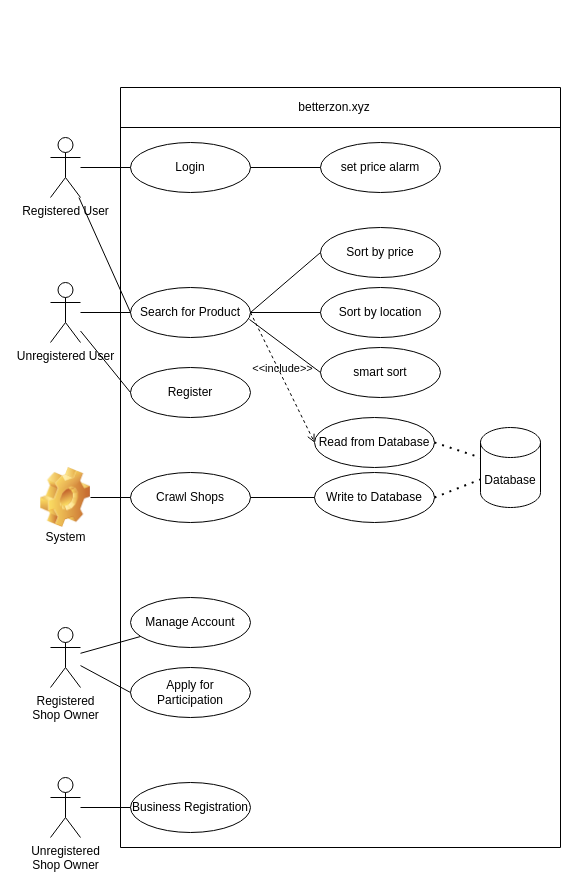
Above: doku/use-case-betterzon.drawio in Mueller-Patrick/Betterzon (draw.io), before the change. Source tidied: cells renumbered, new cells numbered last; positions are measured from the earlier drawing's top-left corner, leaving out a move shared by most shapes. Both pictures are drawn from the tidied source at 100%, with x=0, y=0 at pixel (35, 87).
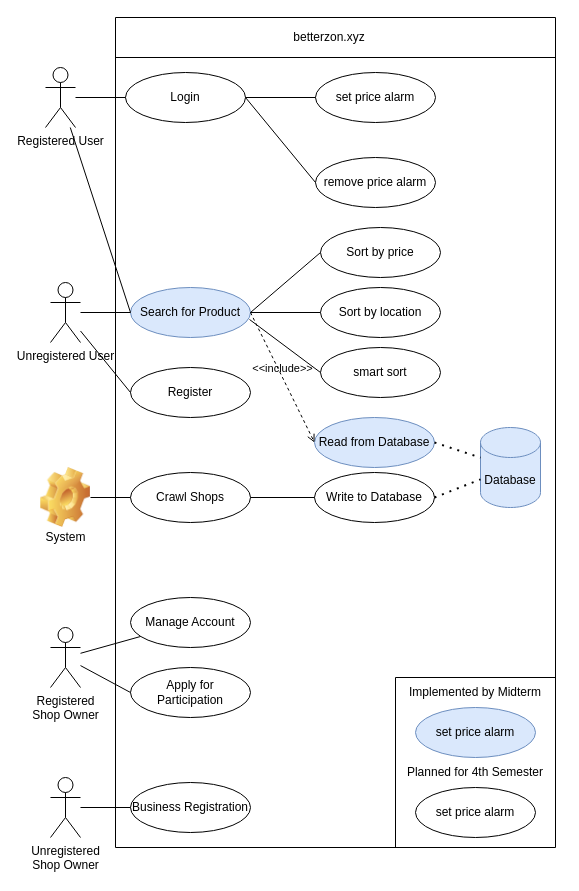
The same page after the edit.

Commit message (it also covers changes not shown here):
updated use case diagram

What changed in the source:
```diff
@@
     <mxCell id="2" value="Registered User" style="shape=umlActor;verticalLabelPosition=bottom;verticalAlign=top;html=1;" parent="1" vertex="1">
-      <mxGeometry x="15" y="50" width="30" height="60" as="geometry" />
+      <mxGeometry x="10" y="-20" width="30" height="60" as="geometry" />
     </mxCell>
     <mxCell id="3" style="endArrow=none;html=1;" parent="1" edge="1">
       <mxGeometry relative="1" as="geometry">
-        <mxPoint x="85" as="sourcePoint" />
-        <mxPoint x="525" as="targetPoint" />
+        <mxPoint x="80" y="-70" as="sourcePoint" />
+        <mxPoint x="520" y="-70" as="targetPoint" />
       </mxGeometry>
     </mxCell>
     <mxCell id="4" style="endArrow=none;html=1;" parent="1" edge="1">
       <mxGeometry relative="1" as="geometry">
-        <mxPoint x="85" y="760" as="sourcePoint" />
-        <mxPoint x="85" as="targetPoint" />
+        <mxPoint x="80" y="760" as="sourcePoint" />
+        <mxPoint x="80" y="-70" as="targetPoint" />
       </mxGeometry>
     </mxCell>
     <mxCell id="5" style="endArrow=none;html=1;" parent="1" edge="1">
       <mxGeometry relative="1" as="geometry">
-        <mxPoint x="525" y="760" as="sourcePoint" />
-        <mxPoint x="525" as="targetPoint" />
+        <mxPoint x="520" y="760" as="sourcePoint" />
+        <mxPoint x="520" y="-70" as="targetPoint" />
       </mxGeometry>
     </mxCell>
-    <mxCell id="6" style="endArrow=none;html=1;" parent="1" edge="1">
-      <mxGeometry relative="1" as="geometry">
-        <mxPoint x="85" y="760" as="sourcePoint" />
-        <mxPoint x="525" y="760" as="targetPoint" />
-      </mxGeometry>
-    </mxCell>
-    <mxCell id="7" value="Search for Product" style="ellipse;whiteSpace=wrap;html=1;" parent="1" vertex="1">
+    <mxCell id="7" value="Search for Product" style="ellipse;whiteSpace=wrap;html=1;fillColor=#dae8fc;strokeColor=#6c8ebf;" parent="1" vertex="1">
       <mxGeometry x="95" y="200" width="120" height="50" as="geometry" />
     </mxCell>
     <mxCell id="8" style="endArrow=none;html=1;" parent="1" edge="1">
       <mxGeometry relative="1" as="geometry">
-        <mxPoint x="85" y="40" as="sourcePoint" />
-        <mxPoint x="525" y="40" as="targetPoint" />
+        <mxPoint x="80" y="-30" as="sourcePoint" />
+        <mxPoint x="520" y="-30" as="targetPoint" />
       </mxGeometry>
     </mxCell>
     <mxCell id="9" value="betterzon.xyz" style="text;html=1;strokeColor=none;fillColor=none;align=center;verticalAlign=middle;whiteSpace=wrap;rounded=0;" parent="1" vertex="1">
-      <mxGeometry x="279" y="10" width="40" height="20" as="geometry" />
+      <mxGeometry x="274" y="-60" width="40" height="20" as="geometry" />
     </mxCell>
@@
     <mxCell id="15" value="Login" style="ellipse;whiteSpace=wrap;html=1;" parent="1" vertex="1">
-      <mxGeometry x="95" y="55" width="120" height="50" as="geometry" />
+      <mxGeometry x="90" y="-15" width="120" height="50" as="geometry" />
     </mxCell>
@@
     <mxCell id="23" value="set price alarm" style="ellipse;whiteSpace=wrap;html=1;" parent="1" vertex="1">
-      <mxGeometry x="285" y="55" width="120" height="50" as="geometry" />
+      <mxGeometry x="280" y="-15" width="120" height="50" as="geometry" />
     </mxCell>
@@
-    <mxCell id="39" value="Database" style="shape=cylinder3;whiteSpace=wrap;html=1;boundedLbl=1;backgroundOutline=1;size=15;" parent="1" vertex="1">
+    <mxCell id="39" value="Database" style="shape=cylinder3;whiteSpace=wrap;html=1;boundedLbl=1;backgroundOutline=1;size=15;fillColor=#dae8fc;strokeColor=#6c8ebf;" parent="1" vertex="1">
       <mxGeometry x="445" y="340" width="60" height="80" as="geometry" />
     </mxCell>
-    <mxCell id="40" value="Read from Database" style="ellipse;whiteSpace=wrap;html=1;" parent="1" vertex="1">
+    <mxCell id="40" value="Read from Database" style="ellipse;whiteSpace=wrap;html=1;fillColor=#dae8fc;strokeColor=#6c8ebf;" parent="1" vertex="1">
       <mxGeometry x="279" y="330" width="120" height="50" as="geometry" />
     </mxCell>
@@
+    <mxCell id="44" style="endArrow=none;html=1;" parent="1" edge="1">
+      <mxGeometry relative="1" as="geometry">
+        <mxPoint x="80" y="760" as="sourcePoint" />
+        <mxPoint x="520" y="760" as="targetPoint" />
+      </mxGeometry>
+    </mxCell>
+    <mxCell id="45" value="remove price alarm" style="ellipse;whiteSpace=wrap;html=1;" parent="1" vertex="1">
+      <mxGeometry x="280" y="70" width="120" height="50" as="geometry" />
+    </mxCell>
+    <mxCell id="46" style="endArrow=none;html=1;exitX=1;exitY=0.5;exitDx=0;exitDy=0;entryX=0;entryY=0.5;entryDx=0;entryDy=0;" parent="1" edge="1" source="15" target="45">
+      <mxGeometry relative="1" as="geometry" />
+    </mxCell>
+    <mxCell id="47" value="set price alarm" style="ellipse;whiteSpace=wrap;html=1;fillColor=#dae8fc;strokeColor=#6c8ebf;" parent="1" vertex="1">
+      <mxGeometry x="380" y="620" width="120" height="50" as="geometry" />
+    </mxCell>
+    <mxCell id="48" value="set price alarm" style="ellipse;whiteSpace=wrap;html=1;" parent="1" vertex="1">
+      <mxGeometry x="380" y="700" width="120" height="50" as="geometry" />
+    </mxCell>
+    <mxCell id="49" style="endArrow=none;html=1;" parent="1" edge="1">
+      <mxGeometry relative="1" as="geometry">
+        <mxPoint x="360" y="760" as="sourcePoint" />
+        <mxPoint x="360" y="590" as="targetPoint" />
+      </mxGeometry>
+    </mxCell>
+    <mxCell id="50" style="endArrow=none;html=1;" parent="1" edge="1">
+      <mxGeometry relative="1" as="geometry">
+        <mxPoint x="360" y="590" as="sourcePoint" />
+        <mxPoint x="520" y="590" as="targetPoint" />
+      </mxGeometry>
+    </mxCell>
+    <mxCell id="51" value="Planned for 4th Semester" style="text;html=1;strokeColor=none;fillColor=none;align=center;verticalAlign=middle;whiteSpace=wrap;rounded=0;" parent="1" vertex="1">
+      <mxGeometry x="360" y="675" width="160" height="20" as="geometry" />
+    </mxCell>
+    <mxCell id="52" value="Implemented by Midterm" style="text;html=1;strokeColor=none;fillColor=none;align=center;verticalAlign=middle;whiteSpace=wrap;rounded=0;" parent="1" vertex="1">
+      <mxGeometry x="360" y="595" width="160" height="20" as="geometry" />
+    </mxCell>
```
